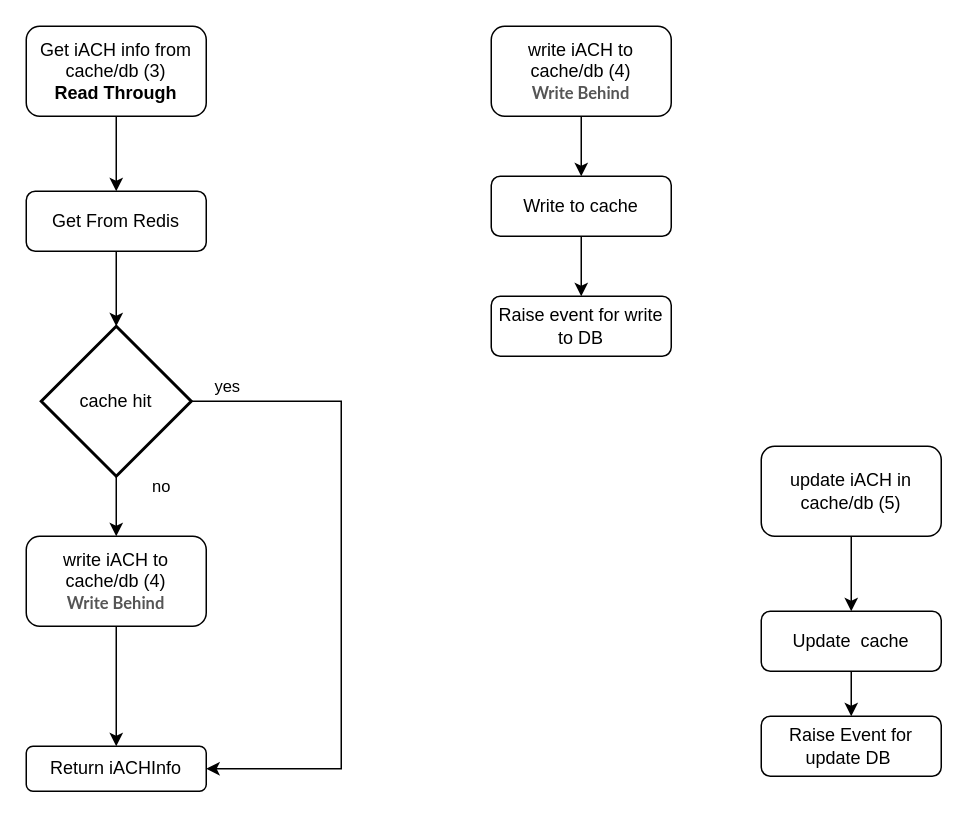
Before: page "Page-2" (2 of 2) of Untitled Diagram.drawio in michaelchernitsky/test, a draw.io diagram. Source tidied: cells renumbered, new cells numbered last; positions are measured from the earlier drawing's top-left corner, leaving out a move shared by most shapes. Both pictures are drawn from the tidied source at 150%, with x=0, y=0 at pixel (26, 26).
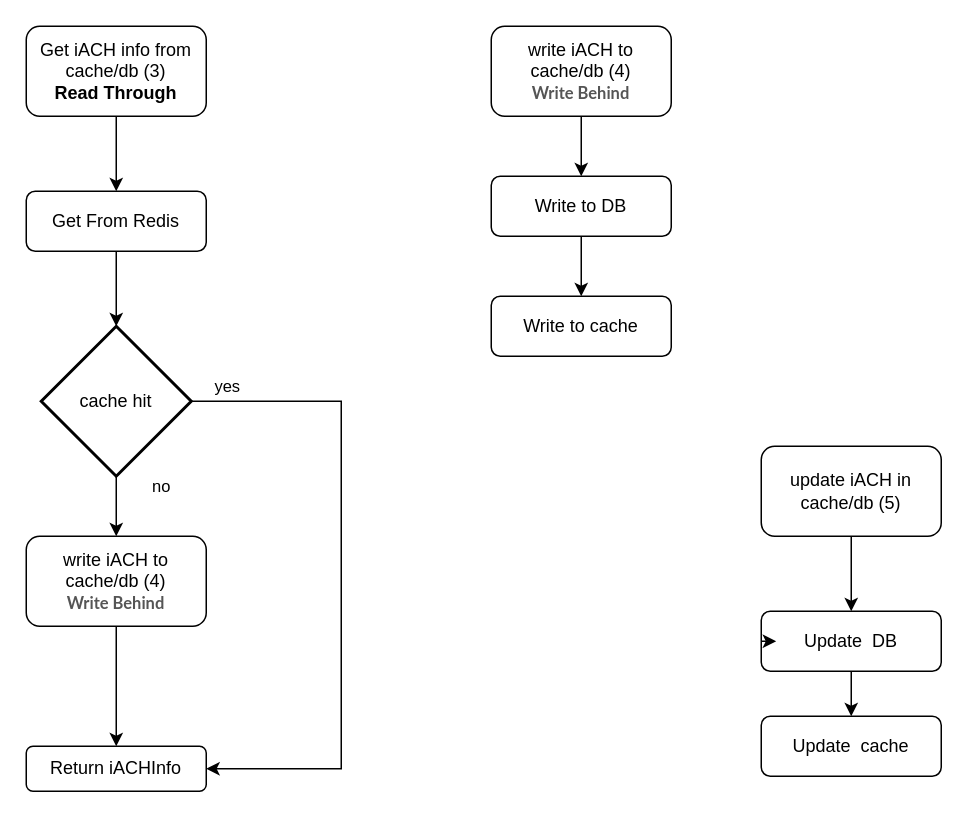
Above is the later version.

Change to the diagram source:
```diff
@@
-    <mxCell id="14" value="Raise event for write to DB" style="rounded=1;whiteSpace=wrap;html=1;" parent="1" vertex="1">
+    <mxCell id="14" value="Write to cache" style="rounded=1;whiteSpace=wrap;html=1;" parent="1" vertex="1">
       <mxGeometry x="310" y="180" width="120" height="40" as="geometry" />
     </mxCell>
@@
-    <mxCell id="16" value="Write to cache" style="rounded=1;whiteSpace=wrap;html=1;" parent="1" vertex="1">
+    <mxCell id="16" value="Write to DB" style="rounded=1;whiteSpace=wrap;html=1;" parent="1" vertex="1">
       <mxGeometry x="310" y="100" width="120" height="40" as="geometry" />
     </mxCell>
@@
-    <mxCell id="20" value="Update&amp;nbsp; cache" style="rounded=1;whiteSpace=wrap;html=1;" parent="1" vertex="1">
+    <mxCell id="20" value="Update&amp;nbsp; DB" style="rounded=1;whiteSpace=wrap;html=1;" parent="1" vertex="1">
       <mxGeometry x="490" y="390" width="120" height="40" as="geometry" />
     </mxCell>
-    <mxCell id="21" value="Raise Event for update DB&amp;nbsp;" style="rounded=1;whiteSpace=wrap;html=1;" parent="1" vertex="1">
+    <mxCell id="21" value="Update&amp;nbsp; cache" style="rounded=1;whiteSpace=wrap;html=1;" parent="1" vertex="1">
       <mxGeometry x="490" y="460" width="120" height="40" as="geometry" />
     </mxCell>
+    <mxCell id="22" style="edgeStyle=orthogonalEdgeStyle;rounded=0;orthogonalLoop=1;jettySize=auto;html=1;exitX=0;exitY=0.5;exitDx=0;exitDy=0;entryX=0.083;entryY=0.5;entryDx=0;entryDy=0;entryPerimeter=0;fontSize=11;" parent="1" edge="1" source="20" target="20">
+      <mxGeometry relative="1" as="geometry" />
+    </mxCell>
```
